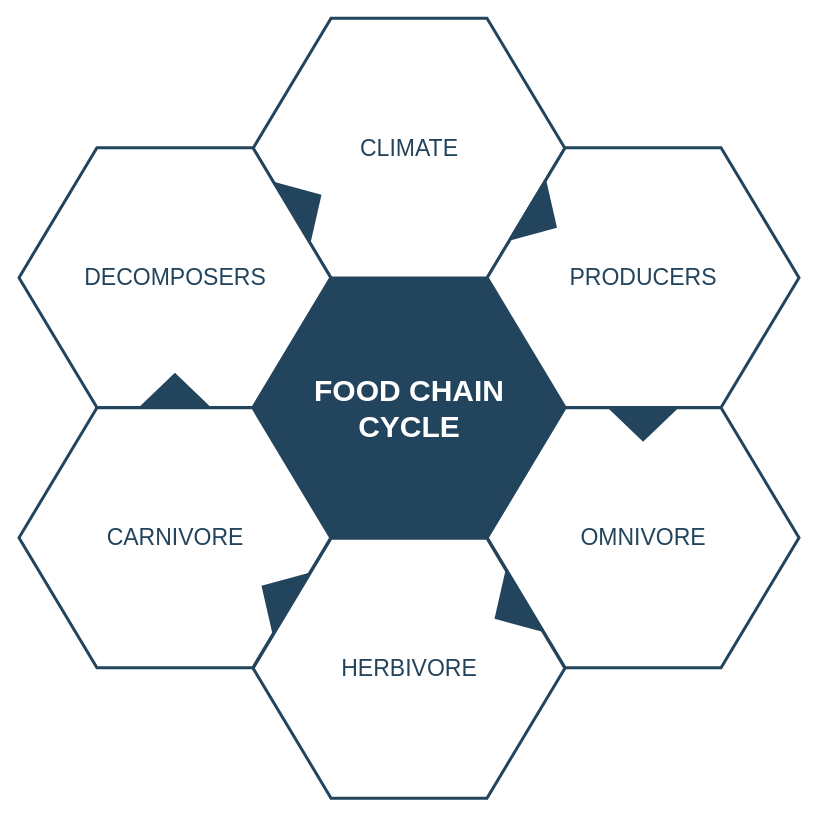
This is Untitled Diagram.drawio from Ansumanbhujabal/Blog, a draw.io file, before an edit. Source tidied: cells renumbered, new cells numbered last; positions are measured from the earlier drawing's top-left corner, leaving out a move shared by most shapes. Both pictures are drawn from the tidied source at 100%, with x=0, y=0 at pixel (18, 18).
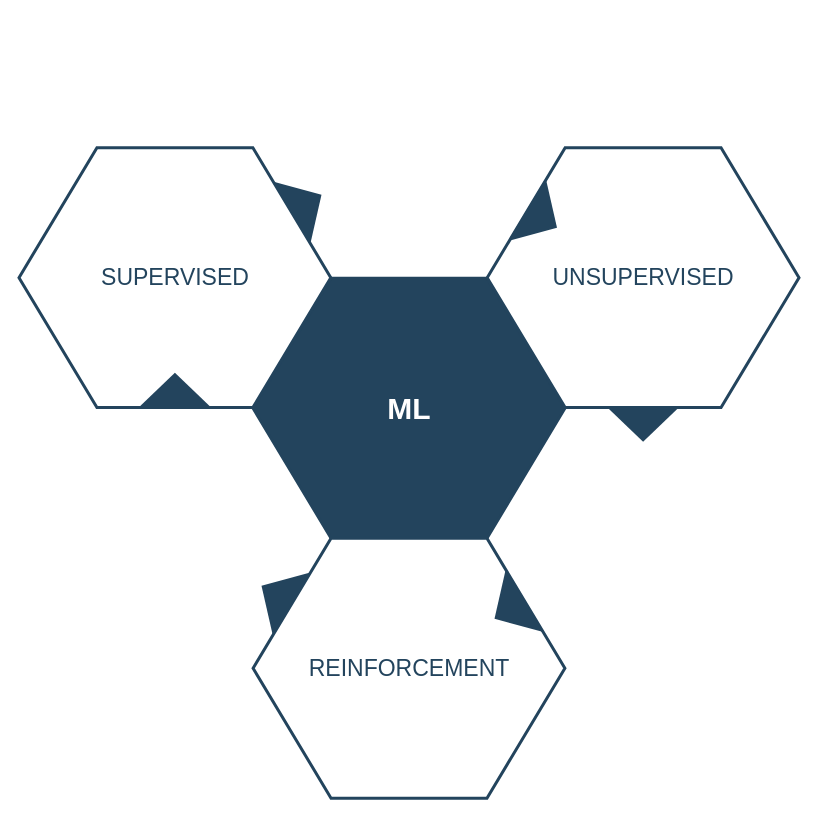
The same diagram, later.

The edit, as a diff of the source:
```diff
@@
 <mxGraphModel>
   <root>
     <mxCell id="0" />
     <mxCell id="1" parent="0" />
-    <mxCell id="2" value="&lt;font style=&quot;font-size: 30px&quot; color=&quot;#ffffff&quot;&gt;&lt;b&gt;&lt;span&gt;FOOD CHAIN&lt;/span&gt;&lt;br&gt;&lt;span&gt;CYCLE&lt;/span&gt;&lt;/b&gt;&lt;/font&gt;&lt;br&gt;" style="shape=hexagon;perimeter=hexagonPerimeter2;whiteSpace=wrap;html=1;shadow=0;labelBackgroundColor=none;strokeColor=#23445D;fillColor=#23445D;gradientColor=none;fontFamily=Helvetica;fontSize=23;fontColor=#23445d;align=center;strokeWidth=3;" parent="1" vertex="1">
+    <mxCell id="2" value="&lt;font color=&quot;#ffffff&quot;&gt;&lt;span style=&quot;font-size: 30px;&quot;&gt;&lt;b&gt;ML&lt;/b&gt;&lt;/span&gt;&lt;/font&gt;" style="shape=hexagon;perimeter=hexagonPerimeter2;whiteSpace=wrap;html=1;shadow=0;labelBackgroundColor=none;strokeColor=#23445D;fillColor=#23445D;gradientColor=none;fontFamily=Helvetica;fontSize=23;fontColor=#23445d;align=center;strokeWidth=3;" parent="1" vertex="1">
       <mxGeometry x="234.6" y="259.8" width="311.8" height="259.9" as="geometry" />
     </mxCell>
     <mxCell id="3" style="triangle;whiteSpace=wrap;html=1;shadow=0;labelBackgroundColor=none;strokeColor=none;fillColor=#FFFFFF;fontFamily=Helvetica;fontSize=17;fontColor=#23445d;align=center;rotation=90;gradientColor=none;flipV=1;flipH=1;opacity=20;" parent="1" vertex="1">
       <mxGeometry x="115.5" y="277.7" width="72" height="152" as="geometry" />
     </mxCell>
-    <mxCell id="4" value="&lt;font style=&quot;font-size: 23px&quot;&gt;CLIMATE&lt;/font&gt;" style="shape=hexagon;perimeter=hexagonPerimeter2;whiteSpace=wrap;html=1;shadow=0;labelBackgroundColor=none;strokeColor=#23445D;fillColor=#ffffff;gradientColor=none;fontFamily=Helvetica;fontSize=23;fontColor=#23445D;align=center;strokeWidth=3;" parent="1" vertex="1">
-      <mxGeometry x="234.6" y="-0.3" width="311.8" height="259.9" as="geometry" />
-    </mxCell>
-    <mxCell id="5" value="&lt;font style=&quot;font-size: 23px&quot;&gt;PRODUCERS&lt;/font&gt;" style="shape=hexagon;perimeter=hexagonPerimeter2;whiteSpace=wrap;html=1;shadow=0;labelBackgroundColor=none;strokeColor=#23445D;fillColor=#FFFFFF;gradientColor=none;fontFamily=Helvetica;fontSize=23;fontColor=#23445d;align=center;strokeWidth=3;" parent="1" vertex="1">
+    <mxCell id="5" value="UNSUPERVISED" style="shape=hexagon;perimeter=hexagonPerimeter2;whiteSpace=wrap;html=1;shadow=0;labelBackgroundColor=none;strokeColor=#23445D;fillColor=#FFFFFF;gradientColor=none;fontFamily=Helvetica;fontSize=23;fontColor=#23445d;align=center;strokeWidth=3;" parent="1" vertex="1">
       <mxGeometry x="468.7" y="129.2" width="311.8" height="259.9" as="geometry" />
     </mxCell>
-    <mxCell id="6" value="&lt;font style=&quot;font-size: 23px&quot;&gt;OMNIVORE&lt;/font&gt;" style="shape=hexagon;perimeter=hexagonPerimeter2;whiteSpace=wrap;html=1;shadow=0;labelBackgroundColor=none;strokeColor=#23445D;fillColor=#FFFFFF;gradientColor=none;fontFamily=Helvetica;fontSize=23;fontColor=#23445d;align=center;strokeWidth=3;" parent="1" vertex="1">
-      <mxGeometry x="468.7" y="389.3" width="311.8" height="259.9" as="geometry" />
-    </mxCell>
-    <mxCell id="7" value="&lt;font style=&quot;font-size: 23px&quot;&gt;HERBIVORE&lt;/font&gt;" style="shape=hexagon;perimeter=hexagonPerimeter2;whiteSpace=wrap;html=1;shadow=0;labelBackgroundColor=none;strokeColor=#23445D;fillColor=#FFFFFF;gradientColor=none;fontFamily=Helvetica;fontSize=23;fontColor=#23445d;align=center;strokeWidth=3;" parent="1" vertex="1">
+    <mxCell id="7" value="REINFORCEMENT" style="shape=hexagon;perimeter=hexagonPerimeter2;whiteSpace=wrap;html=1;shadow=0;labelBackgroundColor=none;strokeColor=#23445D;fillColor=#FFFFFF;gradientColor=none;fontFamily=Helvetica;fontSize=23;fontColor=#23445d;align=center;strokeWidth=3;" parent="1" vertex="1">
       <mxGeometry x="234.6" y="519.8" width="311.8" height="259.9" as="geometry" />
     </mxCell>
-    <mxCell id="8" value="&lt;font style=&quot;font-size: 23px&quot;&gt;CARNIVORE&lt;/font&gt;" style="shape=hexagon;perimeter=hexagonPerimeter2;whiteSpace=wrap;html=1;shadow=0;labelBackgroundColor=none;strokeColor=#23445D;fillColor=#FFFFFF;gradientColor=none;fontFamily=Helvetica;fontSize=23;fontColor=#23445d;align=center;strokeWidth=3;" parent="1" vertex="1">
-      <mxGeometry x="0.5" y="389.3" width="311.8" height="259.9" as="geometry" />
-    </mxCell>
-    <mxCell id="9" value="&lt;font style=&quot;font-size: 23px;&quot;&gt;DECOMPOSERS&lt;/font&gt;" style="shape=hexagon;perimeter=hexagonPerimeter2;whiteSpace=wrap;html=1;shadow=0;labelBackgroundColor=none;strokeColor=#23445D;fillColor=#ffffff;gradientColor=none;fontFamily=Helvetica;fontSize=23;fontColor=#23445D;align=center;strokeWidth=3;" parent="1" vertex="1">
+    <mxCell id="9" value="SUPERVISED" style="shape=hexagon;perimeter=hexagonPerimeter2;whiteSpace=wrap;html=1;shadow=0;labelBackgroundColor=none;strokeColor=#23445D;fillColor=#ffffff;gradientColor=none;fontFamily=Helvetica;fontSize=23;fontColor=#23445D;align=center;strokeWidth=3;" parent="1" vertex="1">
       <mxGeometry x="0.5" y="129.2" width="311.8" height="259.9" as="geometry" />
     </mxCell>
     <mxCell id="10" style="triangle;whiteSpace=wrap;html=1;shadow=0;labelBackgroundColor=none;strokeColor=none;fillColor=#23445D;fontFamily=Helvetica;fontSize=17;fontColor=#23445d;align=center;rotation=31;gradientColor=none;strokeWidth=3;" parent="1" vertex="1">
       <mxGeometry x="506" y="163.7" width="35" height="73" as="geometry" />
     </mxCell>
     <mxCell id="11" style="triangle;whiteSpace=wrap;html=1;shadow=0;labelBackgroundColor=none;strokeColor=none;fillColor=#23445D;fontFamily=Helvetica;fontSize=17;fontColor=#23445d;align=center;rotation=31;gradientColor=none;flipH=1;strokeWidth=3;" parent="1" vertex="1">
       <mxGeometry x="240.5" y="539.7" width="35" height="73" as="geometry" />
     </mxCell>
     <mxCell id="12" style="triangle;whiteSpace=wrap;html=1;shadow=0;labelBackgroundColor=none;strokeColor=none;fillColor=#23445D;fontFamily=Helvetica;fontSize=17;fontColor=#23445d;align=center;rotation=329;gradientColor=none;strokeWidth=3;" parent="1" vertex="1">
       <mxGeometry x="270.5" y="148.7" width="35" height="73" as="geometry" />
     </mxCell>
     <mxCell id="13" style="triangle;whiteSpace=wrap;html=1;shadow=0;labelBackgroundColor=none;strokeColor=none;fillColor=#23445D;fontFamily=Helvetica;fontSize=17;fontColor=#23445d;align=center;rotation=329;gradientColor=none;flipH=1;strokeWidth=3;" parent="1" vertex="1">
       <mxGeometry x="473.5" y="554.7" width="35" height="73" as="geometry" />
     </mxCell>
     <mxCell id="14" style="triangle;whiteSpace=wrap;html=1;shadow=0;labelBackgroundColor=none;strokeColor=none;fillColor=#23445D;fontFamily=Helvetica;fontSize=17;fontColor=#23445d;align=center;rotation=90;gradientColor=none;strokeWidth=3;" parent="1" vertex="1">
       <mxGeometry x="607.1" y="369.2" width="35" height="73" as="geometry" />
     </mxCell>
     <mxCell id="15" style="triangle;whiteSpace=wrap;html=1;shadow=0;labelBackgroundColor=none;strokeColor=none;fillColor=#23445D;fontFamily=Helvetica;fontSize=17;fontColor=#23445d;align=center;rotation=90;gradientColor=none;flipH=1;strokeWidth=3;" parent="1" vertex="1">
       <mxGeometry x="138.9" y="335.2" width="35" height="73" as="geometry" />
     </mxCell>
   </root>
 </mxGraphModel>
```
